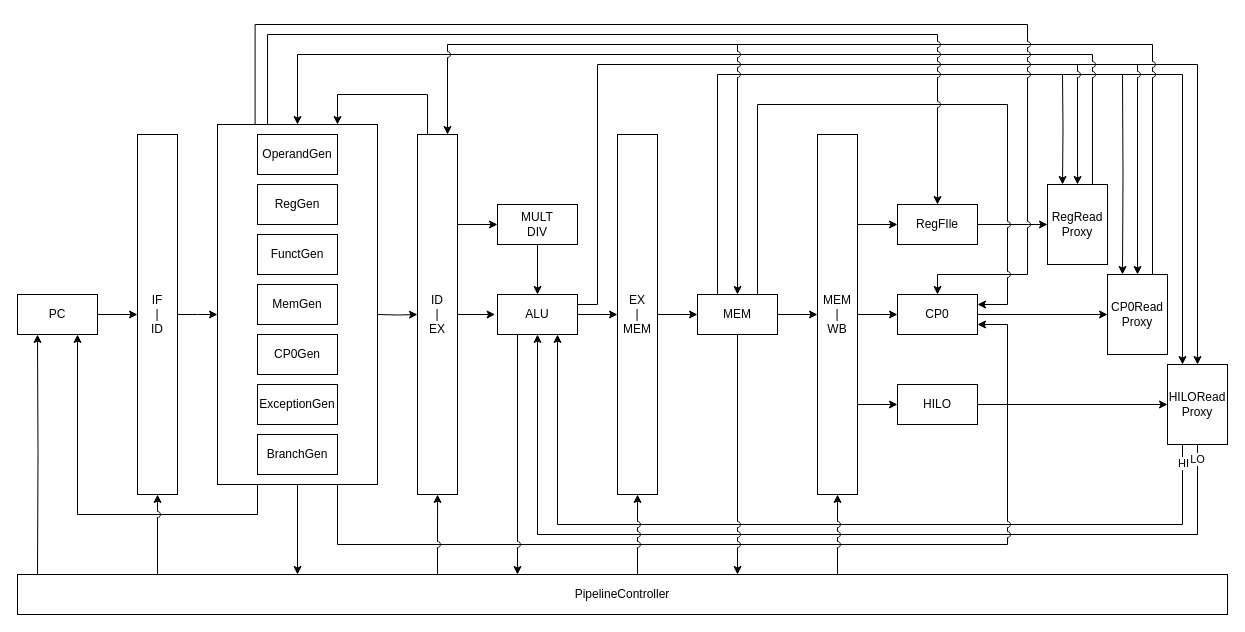
This is CS/ExternMIPS/自陷指令/BREAK.drawio from umiskky/Diagrams, a draw.io file, before an edit. Source tidied: cells renumbered, new cells numbered last; positions are measured from the earlier drawing's top-left corner, leaving out a move shared by most shapes. Both pictures are drawn from the tidied source at 100%, with x=0, y=0 at pixel (17, 24).
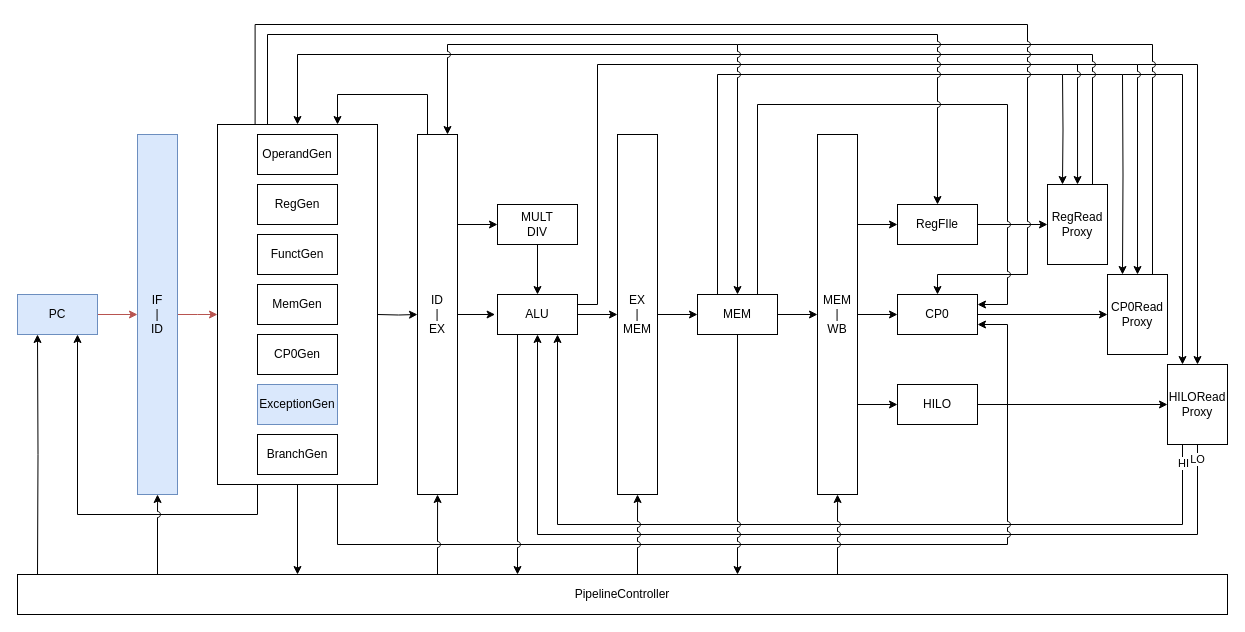
The same diagram, later.

Change to the diagram source:
```diff
@@
-    <mxCell id="15" style="edgeStyle=orthogonalEdgeStyle;rounded=0;jettySize=auto;html=1;exitX=1;exitY=0.5;exitDx=0;exitDy=0;" parent="1" edge="1" source="17" target="20">
+    <mxCell id="15" style="edgeStyle=orthogonalEdgeStyle;rounded=0;jettySize=auto;html=1;exitX=1;exitY=0.5;exitDx=0;exitDy=0;fillColor=#f8cecc;strokeColor=#b85450;" parent="1" edge="1" source="17" target="20">
       <mxGeometry relative="1" as="geometry" />
     </mxCell>
@@
-    <mxCell id="17" value="PC" style="rounded=0;whiteSpace=wrap;html=1;" parent="1" vertex="1">
+    <mxCell id="17" value="PC" style="rounded=0;whiteSpace=wrap;html=1;fillColor=#dae8fc;strokeColor=#6c8ebf;" parent="1" vertex="1">
       <mxGeometry y="270" width="80" height="40" as="geometry" />
     </mxCell>
-    <mxCell id="18" style="edgeStyle=orthogonalEdgeStyle;rounded=0;jettySize=auto;html=1;exitX=1;exitY=0.5;exitDx=0;exitDy=0;entryX=0;entryY=0.5;entryDx=0;entryDy=0;" parent="1" edge="1" source="20">
+    <mxCell id="18" style="edgeStyle=orthogonalEdgeStyle;rounded=0;jettySize=auto;html=1;exitX=1;exitY=0.5;exitDx=0;exitDy=0;entryX=0;entryY=0.5;entryDx=0;entryDy=0;fillColor=#f8cecc;strokeColor=#b85450;" parent="1" edge="1" source="20">
       <mxGeometry relative="1" as="geometry">
         <mxPoint x="200" y="290" as="targetPoint" />
       </mxGeometry>
     </mxCell>
@@
-    <mxCell id="20" value="IF&lt;br&gt;|&lt;br&gt;ID" style="rounded=0;whiteSpace=wrap;html=1;" parent="1" vertex="1">
+    <mxCell id="20" value="IF&lt;br&gt;|&lt;br&gt;ID" style="rounded=0;whiteSpace=wrap;html=1;fillColor=#dae8fc;strokeColor=#6c8ebf;" parent="1" vertex="1">
       <mxGeometry x="120" y="110" width="40" height="360" as="geometry" />
     </mxCell>
@@
-    <mxCell id="63" value="ExceptionGen" style="rounded=0;whiteSpace=wrap;html=1;" parent="1" vertex="1">
+    <mxCell id="63" value="ExceptionGen" style="rounded=0;whiteSpace=wrap;html=1;fillColor=#dae8fc;strokeColor=#6c8ebf;" parent="1" vertex="1">
       <mxGeometry x="240" y="360" width="80" height="40" as="geometry" />
     </mxCell>
```
